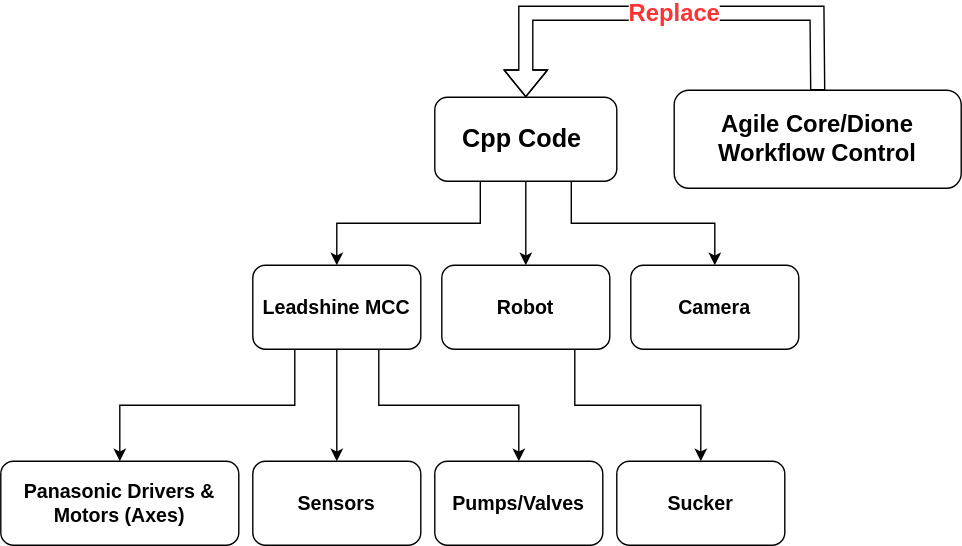
TONiiV/flowcharts keeps this draw.io diagram as RCAM-structure.drawio.svg. Above is the earlier version. Source tidied: cells renumbered, new cells last; positions are measured from the earlier drawing's top-left corner, leaving out a move shared by most shapes.
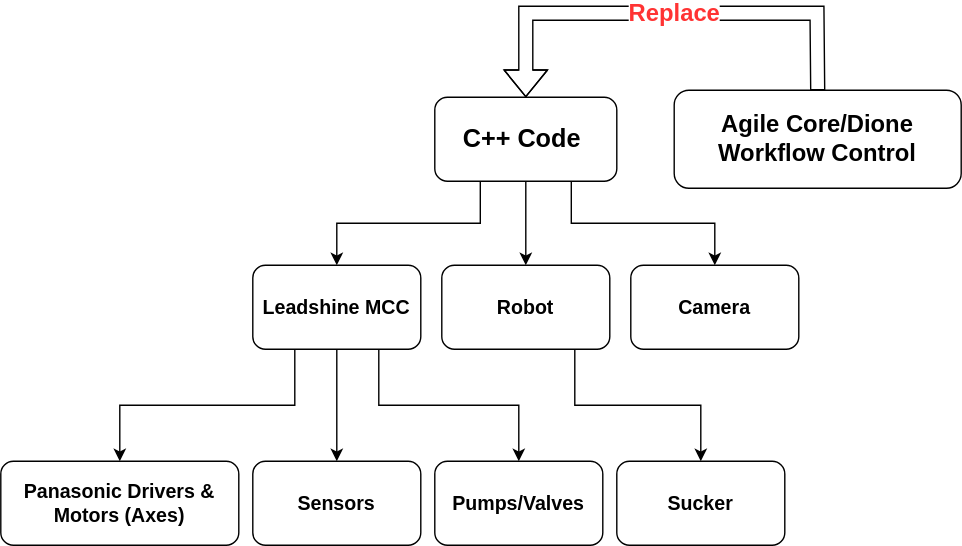
After the commit.

The edit, as a diff of the source:
```diff
@@ -11,7 +11,7 @@
     <mxCell id="4" style="edgeStyle=orthogonalEdgeStyle;rounded=0;jettySize=auto;html=1;exitX=0.75;exitY=1;exitDx=0;exitDy=0;entryX=0.5;entryY=0;entryDx=0;entryDy=0;" parent="1" edge="1" source="5" target="13">
       <mxGeometry relative="1" as="geometry" />
     </mxCell>
-    <mxCell id="5" value="&lt;font style=&quot;font-size: 18px;&quot;&gt;&lt;b&gt;Cpp Code&amp;nbsp;&lt;/b&gt;&lt;/font&gt;" style="rounded=1;whiteSpace=wrap;html=1;" parent="1" vertex="1">
+    <mxCell id="5" value="&lt;font style=&quot;font-size: 18px;&quot;&gt;&lt;b&gt;C++ Code&amp;nbsp;&lt;/b&gt;&lt;/font&gt;" style="rounded=1;whiteSpace=wrap;html=1;" parent="1" vertex="1">
       <mxGeometry x="310" y="60" width="130" height="60" as="geometry" />
     </mxCell>
     <mxCell id="6" style="edgeStyle=orthogonalEdgeStyle;rounded=0;jettySize=auto;html=1;" parent="1" edge="1" source="9" target="14">
```
